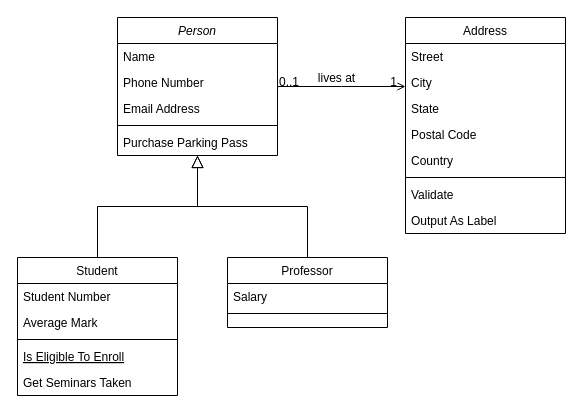
Archi1809/Capstone-project keeps this draw.io diagram as Class_diagram.drawio. Above is the earlier version. Source tidied: cells renumbered, new cells numbered last; positions are measured from the earlier drawing's top-left corner, leaving out a move shared by most shapes. Both pictures are drawn from the tidied source at 100%, with x=0, y=0 at pixel (17, 17).
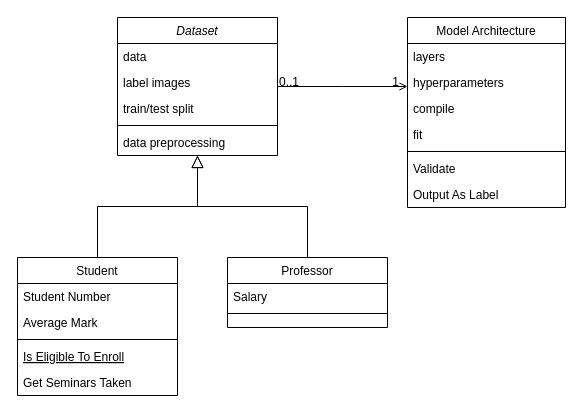
Above is the later version.

The change refers to these unchanged cells:
```xml
<mxCell id="28" style="endArrow=open;shadow=0;strokeWidth=1;rounded=0;endFill=1;edgeStyle=elbowEdgeStyle;elbow=vertical;" parent="1" edge="1" source="2" target="19">
  <mxGeometry x="0.5" y="41" relative="1" as="geometry">
    <mxPoint x="-40" y="32" as="offset" />
  </mxGeometry>
</mxCell>
```

What changed in the source:
```diff
@@
-    <mxCell id="2" value="Person" style="swimlane;fontStyle=2;align=center;verticalAlign=top;horizontal=1;startSize=26;rounded=0;shadow=0;strokeWidth=1;" parent="1" vertex="1">
+    <mxCell id="2" value="Dataset" style="swimlane;fontStyle=2;align=center;verticalAlign=top;horizontal=1;startSize=26;rounded=0;shadow=0;strokeWidth=1;" parent="1" vertex="1">
       <mxGeometry x="100" width="160" height="138" as="geometry" />
     </mxCell>
-    <mxCell id="3" value="Name" style="text;align=left;verticalAlign=top;spacingLeft=4;spacingRight=4;overflow=hidden;" parent="2" vertex="1">
+    <mxCell id="3" value="data" style="text;align=left;verticalAlign=top;spacingLeft=4;spacingRight=4;overflow=hidden;" parent="2" vertex="1">
       <mxGeometry y="26" width="160" height="26" as="geometry" />
     </mxCell>
-    <mxCell id="4" value="Phone Number" style="text;align=left;verticalAlign=top;spacingLeft=4;spacingRight=4;overflow=hidden;rounded=0;shadow=0;html=0;" parent="2" vertex="1">
+    <mxCell id="4" value="label images" style="text;align=left;verticalAlign=top;spacingLeft=4;spacingRight=4;overflow=hidden;rounded=0;shadow=0;html=0;" parent="2" vertex="1">
       <mxGeometry y="52" width="160" height="26" as="geometry" />
     </mxCell>
-    <mxCell id="5" value="Email Address" style="text;align=left;verticalAlign=top;spacingLeft=4;spacingRight=4;overflow=hidden;rounded=0;shadow=0;html=0;" parent="2" vertex="1">
+    <mxCell id="5" value="train/test split" style="text;align=left;verticalAlign=top;spacingLeft=4;spacingRight=4;overflow=hidden;rounded=0;shadow=0;html=0;" parent="2" vertex="1">
       <mxGeometry y="78" width="160" height="26" as="geometry" />
     </mxCell>
@@
-    <mxCell id="7" value="Purchase Parking Pass" style="text;align=left;verticalAlign=top;spacingLeft=4;spacingRight=4;overflow=hidden;" parent="2" vertex="1">
+    <mxCell id="7" value="data preprocessing" style="text;align=left;verticalAlign=top;spacingLeft=4;spacingRight=4;overflow=hidden;" parent="2" vertex="1">
       <mxGeometry y="112" width="160" height="26" as="geometry" />
     </mxCell>
@@
-    <mxCell id="19" value="Address" style="swimlane;fontStyle=0;align=center;verticalAlign=top;horizontal=1;startSize=26;rounded=0;shadow=0;strokeWidth=1;" parent="1" vertex="1">
-      <mxGeometry x="388" width="160" height="216" as="geometry" />
+    <mxCell id="19" value="Model Architecture" style="swimlane;fontStyle=0;align=center;verticalAlign=top;horizontal=1;startSize=26;rounded=0;shadow=0;strokeWidth=1;" parent="1" vertex="1">
+      <mxGeometry x="390" width="158" height="190" as="geometry" />
     </mxCell>
-    <mxCell id="20" value="Street" style="text;align=left;verticalAlign=top;spacingLeft=4;spacingRight=4;overflow=hidden;" parent="19" vertex="1">
-      <mxGeometry y="26" width="160" height="26" as="geometry" />
+    <mxCell id="20" value="layers " style="text;align=left;verticalAlign=top;spacingLeft=4;spacingRight=4;overflow=hidden;" parent="19" vertex="1">
+      <mxGeometry y="26" width="158" height="26" as="geometry" />
     </mxCell>
-    <mxCell id="21" value="City" style="text;align=left;verticalAlign=top;spacingLeft=4;spacingRight=4;overflow=hidden;rounded=0;shadow=0;html=0;" parent="19" vertex="1">
-      <mxGeometry y="52" width="160" height="26" as="geometry" />
+    <mxCell id="21" value="hyperparameters" style="text;align=left;verticalAlign=top;spacingLeft=4;spacingRight=4;overflow=hidden;rounded=0;shadow=0;html=0;" parent="19" vertex="1">
+      <mxGeometry y="52" width="158" height="26" as="geometry" />
     </mxCell>
-    <mxCell id="22" value="State" style="text;align=left;verticalAlign=top;spacingLeft=4;spacingRight=4;overflow=hidden;rounded=0;shadow=0;html=0;" parent="19" vertex="1">
-      <mxGeometry y="78" width="160" height="26" as="geometry" />
+    <mxCell id="22" value="compile" style="text;align=left;verticalAlign=top;spacingLeft=4;spacingRight=4;overflow=hidden;rounded=0;shadow=0;html=0;" parent="19" vertex="1">
+      <mxGeometry y="78" width="158" height="26" as="geometry" />
     </mxCell>
-    <mxCell id="23" value="Postal Code" style="text;align=left;verticalAlign=top;spacingLeft=4;spacingRight=4;overflow=hidden;rounded=0;shadow=0;html=0;" parent="19" vertex="1">
-      <mxGeometry y="104" width="160" height="26" as="geometry" />
+    <mxCell id="23" value="fit                  " style="text;align=left;verticalAlign=top;spacingLeft=4;spacingRight=4;overflow=hidden;rounded=0;shadow=0;html=0;" parent="19" vertex="1">
+      <mxGeometry y="104" width="158" height="26" as="geometry" />
     </mxCell>
-    <mxCell id="24" value="Country" style="text;align=left;verticalAlign=top;spacingLeft=4;spacingRight=4;overflow=hidden;rounded=0;shadow=0;html=0;" parent="19" vertex="1">
-      <mxGeometry y="130" width="160" height="26" as="geometry" />
-    </mxCell>
     <mxCell id="25" style="line;html=1;strokeWidth=1;align=left;verticalAlign=middle;spacingTop=-1;spacingLeft=3;spacingRight=3;labelPosition=right;" parent="19" vertex="1">
-      <mxGeometry y="156" width="160" height="8" as="geometry" />
+      <mxGeometry y="130" width="158" height="8" as="geometry" />
     </mxCell>
     <mxCell id="26" value="Validate" style="text;align=left;verticalAlign=top;spacingLeft=4;spacingRight=4;overflow=hidden;" parent="19" vertex="1">
-      <mxGeometry y="164" width="160" height="26" as="geometry" />
+      <mxGeometry y="138" width="158" height="26" as="geometry" />
     </mxCell>
     <mxCell id="27" value="Output As Label" style="text;align=left;verticalAlign=top;spacingLeft=4;spacingRight=4;overflow=hidden;" parent="19" vertex="1">
-      <mxGeometry y="190" width="160" height="26" as="geometry" />
+      <mxGeometry y="164" width="158" height="26" as="geometry" />
     </mxCell>
@@
-    <mxCell id="31" value="lives at" style="text;html=1;align=center;verticalAlign=middle;labelBackgroundColor=none;rounded=0;shadow=0;strokeWidth=1;fontSize=12;" parent="28" vertex="1">
-      <mxGeometry x="0.5" y="49" relative="1" as="geometry">
-        <mxPoint x="-38" y="40" as="offset" />
-      </mxGeometry>
-    </mxCell>
```
